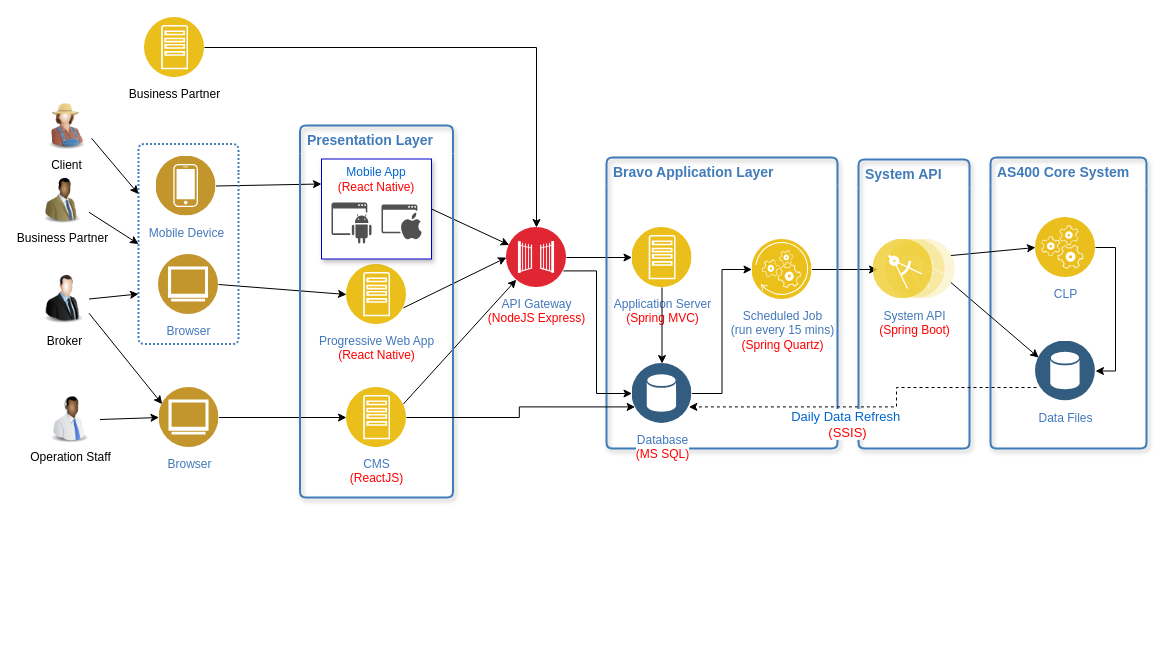
Earlier version of the draw.io diagram page "Logical Component" (1 of 2) of Bravo_Architecture (8).drawio (whalebig27/change-request-process-diagram). Source tidied: cells renumbered, new cells numbered last; positions are measured from the earlier drawing's top-left corner, leaving out a move shared by most shapes. Both pictures are drawn from the tidied source at 100%, with x=0, y=0 at pixel (36, 17).
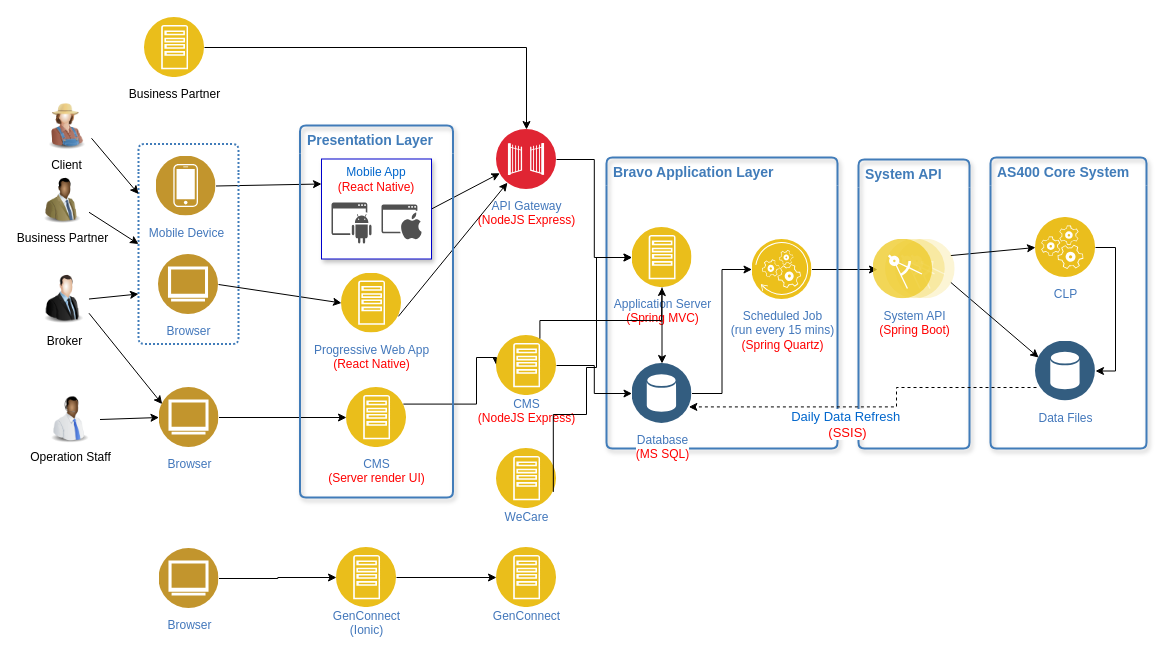
The same page after the edit.

Unchanged cells that the change refers to:
```xml
<mxCell id="18" value="&lt;b&gt;&lt;font style=&quot;font-size: 14px&quot;&gt;Presentation Layer&lt;/font&gt;&lt;/b&gt;" style="swimlane;fontStyle=0;horizontal=1;startSize=28;swimlaneLine=0;swimlaneFillColor=none;fillColor=none;rounded=1;whiteSpace=wrap;html=1;absoluteArcSize=1;arcSize=12;strokeColor=#417CB9;fontColor=#417CB9;verticalAlign=top;align=left;spacingLeft=5;dashed=0;strokeWidth=2;shadow=1;dashPattern=1 1;" parent="17" vertex="1">
  <mxGeometry x="-3" y="8" width="153" height="372" as="geometry" />
</mxCell>
<mxCell id="34" value="&lt;font style=&quot;font-size: 12px&quot;&gt;Application Server&lt;br&gt;&lt;font color=&quot;#ff0000&quot;&gt;(Spring MVC)&lt;/font&gt;&lt;br&gt;&lt;/font&gt;" style="perimeter=ellipsePerimeter;html=1;align=center;shadow=0;dashed=0;fontColor=#4277BB;labelBackgroundColor=#ffffff;fontSize=12;spacingTop=3;image;image=img/lib/ibm/applications/app_server.svg;" parent="33" vertex="1">
  <mxGeometry x="25.5" y="70" width="60" height="60" as="geometry" />
</mxCell>
<mxCell id="35" value="Database&lt;br&gt;&lt;font color=&quot;#ff0000&quot;&gt;(MS SQL)&lt;/font&gt;&lt;br&gt;" style="perimeter=ellipsePerimeter;html=1;align=center;shadow=0;dashed=0;fontColor=#4277BB;labelBackgroundColor=#ffffff;fontSize=12;spacingTop=3;image;image=img/lib/ibm/data/data_services.svg;strokeColor=#0000CC;strokeWidth=1;" parent="33" vertex="1">
  <mxGeometry x="25.5" y="206" width="60" height="60" as="geometry" />
</mxCell>
```

Change to the diagram source:
```diff
@@
     <mxCell id="4" value="API Gateway&lt;br&gt;&lt;font color=&quot;#ff0000&quot;&gt;(NodeJS Express)&lt;/font&gt;&lt;br&gt;" style="perimeter=ellipsePerimeter;html=1;align=center;shadow=0;dashed=0;fontColor=#4277BB;labelBackgroundColor=#ffffff;fontSize=12;spacingTop=3;image;image=img/lib/ibm/security/gateway.svg;" parent="1" vertex="1">
-      <mxGeometry x="470" y="210" width="60" height="60" as="geometry" />
+      <mxGeometry x="460" y="112" width="60" height="60" as="geometry" />
     </mxCell>
@@
-    <mxCell id="13" style="rounded=0;jettySize=auto;html=1;entryX=0;entryY=0.5;entryDx=0;entryDy=0;exitX=1;exitY=0.75;exitDx=0;exitDy=0;" parent="1" edge="1" source="19" target="4">
+    <mxCell id="13" style="rounded=0;jettySize=auto;html=1;exitX=1;exitY=0.75;exitDx=0;exitDy=0;" parent="1" edge="1" source="19" target="4">
       <mxGeometry relative="1" as="geometry" />
     </mxCell>
-    <mxCell id="14" style="rounded=0;jettySize=auto;html=1;exitX=1;exitY=0.25;exitDx=0;exitDy=0;" parent="1" edge="1" source="20" target="4">
-      <mxGeometry relative="1" as="geometry" />
+    <mxCell id="14" style="rounded=0;jettySize=auto;html=1;exitX=1;exitY=0.25;exitDx=0;exitDy=0;edgeStyle=orthogonalEdgeStyle;entryX=0;entryY=0.5;entryDx=0;entryDy=0;" parent="1" edge="1" source="20" target="55">
+      <mxGeometry relative="1" as="geometry">
+        <Array as="points">
+          <mxPoint x="440" y="387" />
+          <mxPoint x="440" y="340" />
+          <mxPoint x="460" y="340" />
+        </Array>
+      </mxGeometry>
     </mxCell>
@@
     <mxCell id="19" value="Progressive Web App&lt;br&gt;&lt;font color=&quot;#ff0000&quot;&gt;(React Native)&lt;/font&gt;&lt;br&gt;" style="perimeter=ellipsePerimeter;html=1;align=center;shadow=0;dashed=0;fontColor=#4277BB;labelBackgroundColor=#ffffff;fontSize=12;spacingTop=3;image;image=img/lib/ibm/applications/app_server.svg;" parent="18" vertex="1">
-      <mxGeometry x="46.5" y="139" width="60" height="60" as="geometry" />
+      <mxGeometry x="41.5" y="147.5" width="60" height="60" as="geometry" />
     </mxCell>
-    <mxCell id="20" value="&lt;font style=&quot;font-size: 12px&quot;&gt;CMS&lt;br&gt;&lt;font color=&quot;#ff0000&quot;&gt;(ReactJS)&lt;/font&gt;&lt;br&gt;&lt;/font&gt;" style="perimeter=ellipsePerimeter;html=1;align=center;shadow=0;dashed=0;fontColor=#4277BB;labelBackgroundColor=#ffffff;fontSize=12;spacingTop=3;image;image=img/lib/ibm/applications/app_server.svg;" parent="18" vertex="1">
+    <mxCell id="20" value="&lt;font style=&quot;font-size: 12px&quot;&gt;CMS&lt;br&gt;&lt;font color=&quot;#ff0000&quot;&gt;(Server render UI)&lt;/font&gt;&lt;br&gt;&lt;/font&gt;" style="perimeter=ellipsePerimeter;html=1;align=center;shadow=0;dashed=0;fontColor=#4277BB;labelBackgroundColor=#ffffff;fontSize=12;spacingTop=3;image;image=img/lib/ibm/applications/app_server.svg;" parent="18" vertex="1">
       <mxGeometry x="46.5" y="262" width="60" height="60" as="geometry" />
     </mxCell>
@@
-    <mxCell id="48" style="rounded=0;jettySize=auto;html=1;entryX=0;entryY=0.5;entryDx=0;entryDy=0;exitX=1;exitY=0.75;exitDx=0;exitDy=0;edgeStyle=orthogonalEdgeStyle;" parent="1" edge="1" source="4" target="35">
-      <mxGeometry relative="1" as="geometry">
-        <Array as="points">
-          <mxPoint x="560" y="254" />
-          <mxPoint x="560" y="376" />
-        </Array>
-      </mxGeometry>
-    </mxCell>
@@
-    <mxCell id="53" style="edgeStyle=orthogonalEdgeStyle;rounded=0;jettySize=auto;html=1;entryX=0;entryY=0.75;entryDx=0;entryDy=0;fontSize=11;" parent="1" edge="1" source="20" target="35">
-      <mxGeometry relative="1" as="geometry" />
-    </mxCell>
+    <mxCell id="54" style="edgeStyle=orthogonalEdgeStyle;rounded=0;jettySize=auto;html=1;entryX=0;entryY=0.5;entryDx=0;entryDy=0;fontSize=11;fontColor=#FF0000;" parent="1" edge="1" source="55" target="35">
+      <mxGeometry relative="1" as="geometry" />
+    </mxCell>
+    <mxCell id="55" value="&lt;font style=&quot;font-size: 12px&quot;&gt;CMS&lt;br&gt;&lt;font color=&quot;#ff0000&quot;&gt;(NodeJS Express)&lt;/font&gt;&lt;br&gt;&lt;/font&gt;" style="perimeter=ellipsePerimeter;html=1;align=center;shadow=0;dashed=0;fontColor=#4277BB;labelBackgroundColor=#ffffff;fontSize=12;spacingTop=-5;image;image=img/lib/ibm/applications/app_server.svg;" parent="1" vertex="1">
+      <mxGeometry x="460" y="318" width="60" height="60" as="geometry" />
+    </mxCell>
+    <mxCell id="56" style="rounded=0;jettySize=auto;html=1;edgeStyle=orthogonalEdgeStyle;exitX=0.75;exitY=0;exitDx=0;exitDy=0;" parent="1" edge="1" source="55" target="34">
+      <mxGeometry relative="1" as="geometry">
+        <Array as="points">
+          <mxPoint x="625" y="303" />
+        </Array>
+      </mxGeometry>
+    </mxCell>
+    <mxCell id="57" value="&lt;font style=&quot;font-size: 12px&quot;&gt;WeCare&lt;br&gt;&lt;/font&gt;" style="perimeter=ellipsePerimeter;html=1;align=center;shadow=0;dashed=0;fontColor=#4277BB;labelBackgroundColor=#ffffff;fontSize=12;spacingTop=-5;image;image=img/lib/ibm/applications/app_server.svg;" parent="1" vertex="1">
+      <mxGeometry x="460" y="431" width="60" height="60" as="geometry" />
+    </mxCell>
+    <mxCell id="58" style="rounded=0;jettySize=auto;html=1;exitX=1;exitY=0.75;exitDx=0;exitDy=0;edgeStyle=orthogonalEdgeStyle;" parent="1" edge="1" source="57" target="34">
+      <mxGeometry relative="1" as="geometry">
+        <Array as="points">
+          <mxPoint x="517" y="397" />
+          <mxPoint x="550" y="397" />
+          <mxPoint x="550" y="350" />
+          <mxPoint x="560" y="350" />
+          <mxPoint x="560" y="240" />
+        </Array>
+      </mxGeometry>
+    </mxCell>
+    <mxCell id="59" value="&lt;font style=&quot;font-size: 12px&quot;&gt;GenConnect&lt;br&gt;&lt;/font&gt;" style="perimeter=ellipsePerimeter;html=1;align=center;shadow=0;dashed=0;fontColor=#4277BB;labelBackgroundColor=#ffffff;fontSize=12;spacingTop=-5;image;image=img/lib/ibm/applications/app_server.svg;" parent="1" vertex="1">
+      <mxGeometry x="460" y="530" width="60" height="60" as="geometry" />
+    </mxCell>
+    <mxCell id="60" style="edgeStyle=orthogonalEdgeStyle;rounded=0;jettySize=auto;html=1;fontSize=11;fontColor=#FF0000;" parent="1" edge="1" source="61" target="59">
+      <mxGeometry relative="1" as="geometry" />
+    </mxCell>
+    <mxCell id="61" value="&lt;font style=&quot;font-size: 12px&quot;&gt;GenConnect&lt;br&gt;(Ionic)&lt;br&gt;&lt;/font&gt;" style="perimeter=ellipsePerimeter;html=1;align=center;shadow=0;dashed=0;fontColor=#4277BB;labelBackgroundColor=#ffffff;fontSize=12;spacingTop=-5;image;image=img/lib/ibm/applications/app_server.svg;" parent="1" vertex="1">
+      <mxGeometry x="300" y="530" width="60" height="60" as="geometry" />
+    </mxCell>
+    <mxCell id="62" style="edgeStyle=orthogonalEdgeStyle;rounded=0;jettySize=auto;html=1;fontSize=11;fontColor=#FF0000;" parent="1" edge="1" source="63" target="61">
+      <mxGeometry relative="1" as="geometry" />
+    </mxCell>
+    <mxCell id="63" value="Browser" style="perimeter=ellipsePerimeter;html=1;align=center;shadow=0;dashed=0;fontColor=#4277BB;labelBackgroundColor=#ffffff;fontSize=12;spacingTop=3;image;image=img/lib/ibm/users/browser.svg;" parent="1" vertex="1">
+      <mxGeometry x="122.5" y="531" width="60" height="60" as="geometry" />
+    </mxCell>
```
